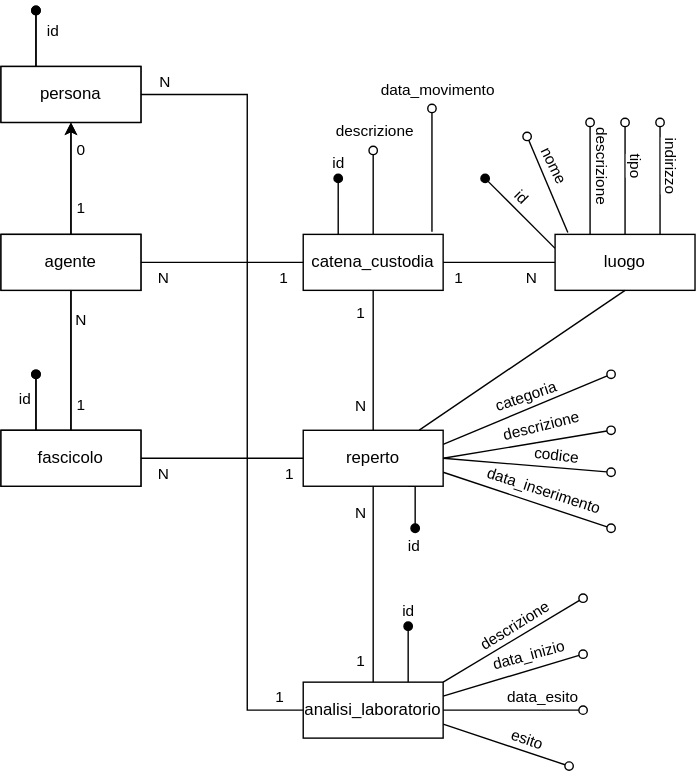
Before: Diagramma ER Progetto Basi di dati-sottografo3.svg, a diagram exported from draw.io (ADCByDefault/Progetto_PROVE_FORENSE). Source tidied: cells renumbered, new cells last; positions are measured from the earlier drawing's top-left corner, leaving out a move shared by most shapes. The source it was exported from:
```xml
<mxGraphModel>
  <root>
    <mxCell id="0" />
    <mxCell id="1" parent="0" />
    <mxCell id="2" style="edgeStyle=orthogonalEdgeStyle;rounded=0;jettySize=auto;html=1;exitX=0.25;exitY=0;exitDx=0;exitDy=0;endArrow=oval;endFill=1;" parent="1" edge="1" source="4">
      <mxGeometry relative="1" as="geometry">
        <mxPoint x="25" as="targetPoint" />
      </mxGeometry>
    </mxCell>
    <mxCell id="3" value="id" style="edgeLabel;html=1;align=center;verticalAlign=middle;" parent="2" vertex="1">
      <mxGeometry x="0.33" y="-2" relative="1" as="geometry">
        <mxPoint x="9" as="offset" />
      </mxGeometry>
    </mxCell>
    <mxCell id="4" value="persona" style="whiteSpace=wrap;html=1;align=center;" parent="1" vertex="1">
      <mxGeometry y="40" width="100" height="40" as="geometry" />
    </mxCell>
    <mxCell id="5" style="edgeStyle=orthogonalEdgeStyle;rounded=0;jettySize=auto;html=1;entryX=0.5;entryY=1;entryDx=0;entryDy=0;" parent="1" edge="1" source="8" target="4">
      <mxGeometry relative="1" as="geometry" />
    </mxCell>
    <mxCell id="6" value="1" style="edgeLabel;html=1;align=center;verticalAlign=middle;" parent="5" vertex="1">
      <mxGeometry x="-0.61" relative="1" as="geometry">
        <mxPoint x="6" y="-4" as="offset" />
      </mxGeometry>
    </mxCell>
    <mxCell id="7" value="0" style="edgeLabel;html=1;align=center;verticalAlign=middle;" parent="5" vertex="1">
      <mxGeometry x="0.53" relative="1" as="geometry">
        <mxPoint x="6" as="offset" />
      </mxGeometry>
    </mxCell>
    <mxCell id="8" value="agente" style="whiteSpace=wrap;html=1;align=center;" parent="1" vertex="1">
      <mxGeometry y="160" width="100" height="40" as="geometry" />
    </mxCell>
    <mxCell id="9" style="edgeStyle=orthogonalEdgeStyle;rounded=0;jettySize=auto;html=1;exitX=0.25;exitY=0;exitDx=0;exitDy=0;endArrow=oval;endFill=1;" parent="1" edge="1" source="11">
      <mxGeometry relative="1" as="geometry">
        <mxPoint x="25" y="260" as="targetPoint" />
      </mxGeometry>
    </mxCell>
    <mxCell id="10" value="id" style="edgeLabel;html=1;align=center;verticalAlign=middle;" parent="9" vertex="1">
      <mxGeometry x="0.18" y="3" relative="1" as="geometry">
        <mxPoint x="-6" as="offset" />
      </mxGeometry>
    </mxCell>
    <mxCell id="11" value="fascicolo" style="whiteSpace=wrap;html=1;align=center;" parent="1" vertex="1">
      <mxGeometry y="300" width="100" height="40" as="geometry" />
    </mxCell>
    <mxCell id="12" style="endArrow=none;html=1;rounded=0;entryX=0.5;entryY=0;entryDx=0;entryDy=0;exitX=0.5;exitY=1;exitDx=0;exitDy=0;" parent="1" edge="1" source="8" target="11">
      <mxGeometry relative="1" as="geometry" />
    </mxCell>
    <mxCell id="13" value="1" style="edgeLabel;html=1;align=center;verticalAlign=middle;" parent="12" vertex="1">
      <mxGeometry x="0.75" relative="1" as="geometry">
        <mxPoint x="6" y="-7" as="offset" />
      </mxGeometry>
    </mxCell>
    <mxCell id="14" value="N" style="edgeLabel;html=1;align=center;verticalAlign=middle;" parent="12" vertex="1">
      <mxGeometry x="-0.76" y="-1" relative="1" as="geometry">
        <mxPoint x="7" y="8" as="offset" />
      </mxGeometry>
    </mxCell>
    <mxCell id="15" style="edgeStyle=orthogonalEdgeStyle;rounded=0;jettySize=auto;html=1;exitX=0.25;exitY=0;exitDx=0;exitDy=0;endArrow=oval;endFill=1;" parent="1" edge="1" source="17">
      <mxGeometry relative="1" as="geometry">
        <mxPoint x="25" as="targetPoint" />
      </mxGeometry>
    </mxCell>
    <mxCell id="16" value="id" style="edgeLabel;html=1;align=center;verticalAlign=middle;" parent="15" vertex="1">
      <mxGeometry x="0.33" y="-2" relative="1" as="geometry">
        <mxPoint x="9" as="offset" />
      </mxGeometry>
    </mxCell>
    <mxCell id="17" value="persona" style="whiteSpace=wrap;html=1;align=center;" parent="1" vertex="1">
      <mxGeometry y="40" width="100" height="40" as="geometry" />
    </mxCell>
    <mxCell id="18" style="edgeStyle=orthogonalEdgeStyle;rounded=0;jettySize=auto;html=1;entryX=0.5;entryY=1;entryDx=0;entryDy=0;" parent="1" edge="1" source="21" target="17">
      <mxGeometry relative="1" as="geometry" />
    </mxCell>
    <mxCell id="19" value="1" style="edgeLabel;html=1;align=center;verticalAlign=middle;" parent="18" vertex="1">
      <mxGeometry x="-0.61" relative="1" as="geometry">
        <mxPoint x="6" y="-4" as="offset" />
      </mxGeometry>
    </mxCell>
    <mxCell id="20" value="0" style="edgeLabel;html=1;align=center;verticalAlign=middle;" parent="18" vertex="1">
      <mxGeometry x="0.53" relative="1" as="geometry">
        <mxPoint x="6" as="offset" />
      </mxGeometry>
    </mxCell>
    <mxCell id="21" value="agente" style="whiteSpace=wrap;html=1;align=center;" parent="1" vertex="1">
      <mxGeometry y="160" width="100" height="40" as="geometry" />
    </mxCell>
    <mxCell id="22" style="edgeStyle=orthogonalEdgeStyle;rounded=0;jettySize=auto;html=1;exitX=0.25;exitY=0;exitDx=0;exitDy=0;endArrow=oval;endFill=1;" parent="1" edge="1" source="24">
      <mxGeometry relative="1" as="geometry">
        <mxPoint x="25" y="260" as="targetPoint" />
      </mxGeometry>
    </mxCell>
    <mxCell id="23" value="id" style="edgeLabel;html=1;align=center;verticalAlign=middle;" parent="22" vertex="1">
      <mxGeometry x="0.18" y="3" relative="1" as="geometry">
        <mxPoint x="-6" as="offset" />
      </mxGeometry>
    </mxCell>
    <mxCell id="24" value="fascicolo" style="whiteSpace=wrap;html=1;align=center;" parent="1" vertex="1">
      <mxGeometry y="300" width="100" height="40" as="geometry" />
    </mxCell>
    <mxCell id="25" style="endArrow=none;html=1;rounded=0;entryX=0.5;entryY=0;entryDx=0;entryDy=0;exitX=0.5;exitY=1;exitDx=0;exitDy=0;" parent="1" edge="1" source="21" target="24">
      <mxGeometry relative="1" as="geometry" />
    </mxCell>
    <mxCell id="26" value="1" style="edgeLabel;html=1;align=center;verticalAlign=middle;" parent="25" vertex="1">
      <mxGeometry x="0.75" relative="1" as="geometry">
        <mxPoint x="6" y="-7" as="offset" />
      </mxGeometry>
    </mxCell>
    <mxCell id="27" value="N" style="edgeLabel;html=1;align=center;verticalAlign=middle;" parent="25" vertex="1">
      <mxGeometry x="-0.76" y="-1" relative="1" as="geometry">
        <mxPoint x="7" y="8" as="offset" />
      </mxGeometry>
    </mxCell>
    <mxCell id="28" style="rounded=0;jettySize=auto;html=1;exitX=1;exitY=0.25;exitDx=0;exitDy=0;endArrow=oval;endFill=0;" parent="1" edge="1" source="38">
      <mxGeometry relative="1" as="geometry">
        <mxPoint x="436" y="260" as="targetPoint" />
      </mxGeometry>
    </mxCell>
    <mxCell id="29" value="categoria" style="edgeLabel;html=1;align=center;verticalAlign=middle;rotation=341;" parent="28" vertex="1">
      <mxGeometry x="-0.22" y="2" relative="1" as="geometry">
        <mxPoint x="12" y="-13" as="offset" />
      </mxGeometry>
    </mxCell>
    <mxCell id="30" style="rounded=0;jettySize=auto;html=1;exitX=1;exitY=0.5;exitDx=0;exitDy=0;endArrow=oval;endFill=0;" parent="1" edge="1" source="38">
      <mxGeometry relative="1" as="geometry">
        <mxPoint x="436" y="300" as="targetPoint" />
      </mxGeometry>
    </mxCell>
    <mxCell id="31" value="descrizione" style="edgeLabel;html=1;align=center;verticalAlign=middle;rotation=-14;" parent="30" vertex="1">
      <mxGeometry x="-0.09" y="4" relative="1" as="geometry">
        <mxPoint x="15" y="-10" as="offset" />
      </mxGeometry>
    </mxCell>
    <mxCell id="32" style="rounded=0;jettySize=auto;html=1;exitX=1;exitY=0.75;exitDx=0;exitDy=0;endArrow=oval;endFill=0;" parent="1" edge="1" source="38">
      <mxGeometry relative="1" as="geometry">
        <mxPoint x="436" y="370" as="targetPoint" />
      </mxGeometry>
    </mxCell>
    <mxCell id="33" value="data_inserimento" style="edgeLabel;html=1;align=center;verticalAlign=middle;rotation=18;" parent="32" vertex="1">
      <mxGeometry x="-0.01" y="5" relative="1" as="geometry">
        <mxPoint x="10" y="-3" as="offset" />
      </mxGeometry>
    </mxCell>
    <mxCell id="34" style="edgeStyle=orthogonalEdgeStyle;rounded=0;jettySize=auto;html=1;exitX=0.75;exitY=1;exitDx=0;exitDy=0;endArrow=oval;endFill=1;" parent="1" edge="1" source="38">
      <mxGeometry relative="1" as="geometry">
        <mxPoint x="296" y="370" as="targetPoint" />
      </mxGeometry>
    </mxCell>
    <mxCell id="35" value="id" style="edgeLabel;html=1;align=center;verticalAlign=middle;" parent="34" vertex="1">
      <mxGeometry x="0.67" y="-2" relative="1" as="geometry">
        <mxPoint y="18" as="offset" />
      </mxGeometry>
    </mxCell>
    <mxCell id="36" style="rounded=0;jettySize=auto;html=1;exitX=1;exitY=0.5;exitDx=0;exitDy=0;endArrow=oval;endFill=0;" parent="1" edge="1" source="38">
      <mxGeometry relative="1" as="geometry">
        <mxPoint x="436" y="330" as="targetPoint" />
      </mxGeometry>
    </mxCell>
    <mxCell id="37" value="codice" style="edgeLabel;html=1;align=center;verticalAlign=middle;rotation=7;" parent="36" vertex="1">
      <mxGeometry x="0.06" y="2" relative="1" as="geometry">
        <mxPoint x="17" y="-6" as="offset" />
      </mxGeometry>
    </mxCell>
    <mxCell id="38" value="reperto" style="whiteSpace=wrap;html=1;align=center;" parent="1" vertex="1">
      <mxGeometry x="216" y="300" width="100" height="40" as="geometry" />
    </mxCell>
    <mxCell id="39" style="endArrow=none;html=1;rounded=0;entryX=0;entryY=0.5;entryDx=0;entryDy=0;exitX=1;exitY=0.5;exitDx=0;exitDy=0;" parent="1" edge="1" source="24" target="38">
      <mxGeometry relative="1" as="geometry" />
    </mxCell>
    <mxCell id="40" value="N" style="edgeLabel;html=1;align=center;verticalAlign=middle;" parent="39" vertex="1">
      <mxGeometry x="-0.73" y="-1" relative="1" as="geometry">
        <mxPoint y="9" as="offset" />
      </mxGeometry>
    </mxCell>
    <mxCell id="41" value="1" style="edgeLabel;html=1;align=center;verticalAlign=middle;" parent="39" vertex="1">
      <mxGeometry x="0.82" y="1" relative="1" as="geometry">
        <mxPoint y="11" as="offset" />
      </mxGeometry>
    </mxCell>
    <mxCell id="42" style="rounded=0;jettySize=auto;html=1;endArrow=oval;endFill=0;exitX=0.091;exitY=-0.032;exitDx=0;exitDy=0;exitPerimeter=0;" parent="1" edge="1" source="52">
      <mxGeometry relative="1" as="geometry">
        <mxPoint x="376" y="90" as="targetPoint" />
      </mxGeometry>
    </mxCell>
    <mxCell id="43" value="nome" style="edgeLabel;html=1;align=center;verticalAlign=middle;rotation=64;" parent="42" vertex="1">
      <mxGeometry x="0.66" y="-3" relative="1" as="geometry">
        <mxPoint x="12" y="10" as="offset" />
      </mxGeometry>
    </mxCell>
    <mxCell id="44" style="rounded=0;jettySize=auto;html=1;exitX=0.25;exitY=0;exitDx=0;exitDy=0;endArrow=oval;endFill=0;" parent="1" edge="1" source="52">
      <mxGeometry relative="1" as="geometry">
        <mxPoint x="421" y="80" as="targetPoint" />
      </mxGeometry>
    </mxCell>
    <mxCell id="45" value="descrizione" style="edgeLabel;html=1;align=center;verticalAlign=middle;rotation=90;" parent="44" vertex="1">
      <mxGeometry x="0.37" relative="1" as="geometry">
        <mxPoint x="10" y="5" as="offset" />
      </mxGeometry>
    </mxCell>
    <mxCell id="46" style="rounded=0;jettySize=auto;html=1;exitX=0.5;exitY=0;exitDx=0;exitDy=0;endArrow=oval;endFill=0;" parent="1" edge="1" source="52">
      <mxGeometry relative="1" as="geometry">
        <mxPoint x="446" y="80" as="targetPoint" />
      </mxGeometry>
    </mxCell>
    <mxCell id="47" value="tipo" style="edgeLabel;html=1;align=center;verticalAlign=middle;rotation=90;" parent="46" vertex="1">
      <mxGeometry x="0.32" y="1" relative="1" as="geometry">
        <mxPoint x="10" y="3" as="offset" />
      </mxGeometry>
    </mxCell>
    <mxCell id="48" style="rounded=0;jettySize=auto;html=1;exitX=0.75;exitY=0;exitDx=0;exitDy=0;endArrow=oval;endFill=0;" parent="1" edge="1" source="52">
      <mxGeometry relative="1" as="geometry">
        <mxPoint x="471" y="80" as="targetPoint" />
      </mxGeometry>
    </mxCell>
    <mxCell id="49" value="indirizzo" style="edgeLabel;html=1;align=center;verticalAlign=middle;rotation=90;" parent="48" vertex="1">
      <mxGeometry x="0.4" y="-1" relative="1" as="geometry">
        <mxPoint x="8" y="6" as="offset" />
      </mxGeometry>
    </mxCell>
    <mxCell id="50" style="rounded=0;jettySize=auto;html=1;exitX=0;exitY=0.25;exitDx=0;exitDy=0;endArrow=oval;endFill=1;" parent="1" edge="1" source="52">
      <mxGeometry relative="1" as="geometry">
        <mxPoint x="346" y="120" as="targetPoint" />
      </mxGeometry>
    </mxCell>
    <mxCell id="51" value="id" style="edgeLabel;html=1;align=center;verticalAlign=middle;rotation=45;" parent="50" vertex="1">
      <mxGeometry x="0.48" y="-1" relative="1" as="geometry">
        <mxPoint x="12" as="offset" />
      </mxGeometry>
    </mxCell>
    <mxCell id="52" value="luogo" style="whiteSpace=wrap;html=1;align=center;" parent="1" vertex="1">
      <mxGeometry x="396" y="160" width="100" height="40" as="geometry" />
    </mxCell>
    <mxCell id="53" style="edgeStyle=orthogonalEdgeStyle;rounded=0;jettySize=auto;html=1;exitX=0.25;exitY=0;exitDx=0;exitDy=0;endArrow=oval;endFill=1;" parent="1" edge="1" source="59">
      <mxGeometry relative="1" as="geometry">
        <mxPoint x="241" y="120" as="targetPoint" />
      </mxGeometry>
    </mxCell>
    <mxCell id="54" value="id" style="edgeLabel;html=1;align=center;verticalAlign=middle;" parent="53" vertex="1">
      <mxGeometry x="0.61" y="3" relative="1" as="geometry">
        <mxPoint x="2" y="-20" as="offset" />
      </mxGeometry>
    </mxCell>
    <mxCell id="55" style="edgeStyle=orthogonalEdgeStyle;rounded=0;jettySize=auto;html=1;exitX=0.5;exitY=0;exitDx=0;exitDy=0;endArrow=oval;endFill=0;" parent="1" edge="1" source="59">
      <mxGeometry relative="1" as="geometry">
        <mxPoint x="266" y="100" as="targetPoint" />
      </mxGeometry>
    </mxCell>
    <mxCell id="56" value="descrizione" style="edgeLabel;html=1;align=center;verticalAlign=middle;" parent="55" vertex="1">
      <mxGeometry x="0.52" y="1" relative="1" as="geometry">
        <mxPoint x="1" y="-29" as="offset" />
      </mxGeometry>
    </mxCell>
    <mxCell id="57" style="rounded=0;jettySize=auto;html=1;exitX=0.92;exitY=-0.046;exitDx=0;exitDy=0;exitPerimeter=0;endArrow=oval;endFill=0;" parent="1" edge="1" source="59">
      <mxGeometry relative="1" as="geometry">
        <mxPoint x="308" y="70" as="targetPoint" />
      </mxGeometry>
    </mxCell>
    <mxCell id="58" value="data_movimento" style="edgeLabel;html=1;align=center;verticalAlign=middle;" parent="57" vertex="1">
      <mxGeometry x="0.7" y="-3" relative="1" as="geometry">
        <mxPoint y="-27" as="offset" />
      </mxGeometry>
    </mxCell>
    <mxCell id="59" value="catena_custodia" style="whiteSpace=wrap;html=1;align=center;" parent="1" vertex="1">
      <mxGeometry x="216" y="160" width="100" height="40" as="geometry" />
    </mxCell>
    <mxCell id="60" style="endArrow=none;html=1;rounded=0;exitX=0;exitY=0.5;exitDx=0;exitDy=0;entryX=1;entryY=0.5;entryDx=0;entryDy=0;" parent="1" edge="1" source="52" target="59">
      <mxGeometry relative="1" as="geometry" />
    </mxCell>
    <mxCell id="61" value="1" style="edgeLabel;html=1;align=center;verticalAlign=middle;" parent="60" vertex="1">
      <mxGeometry x="0.53" relative="1" as="geometry">
        <mxPoint x="-9" y="10" as="offset" />
      </mxGeometry>
    </mxCell>
    <mxCell id="62" value="N" style="edgeLabel;html=1;align=center;verticalAlign=middle;" parent="60" vertex="1">
      <mxGeometry x="-0.56" y="1" relative="1" as="geometry">
        <mxPoint y="9" as="offset" />
      </mxGeometry>
    </mxCell>
    <mxCell id="63" style="endArrow=none;html=1;rounded=0;entryX=0.829;entryY=-0.004;entryDx=0;entryDy=0;exitX=0.5;exitY=1;exitDx=0;exitDy=0;entryPerimeter=0;" parent="1" edge="1" source="52" target="38">
      <mxGeometry relative="1" as="geometry" />
    </mxCell>
    <mxCell id="64" style="endArrow=none;html=1;rounded=0;entryX=0.5;entryY=0;entryDx=0;entryDy=0;exitX=0.5;exitY=1;exitDx=0;exitDy=0;" parent="1" edge="1" source="59" target="38">
      <mxGeometry relative="1" as="geometry" />
    </mxCell>
    <mxCell id="65" value="1" style="edgeLabel;html=1;align=center;verticalAlign=middle;" parent="64" vertex="1">
      <mxGeometry x="-0.71" relative="1" as="geometry">
        <mxPoint x="-10" as="offset" />
      </mxGeometry>
    </mxCell>
    <mxCell id="66" value="N" style="edgeLabel;html=1;align=center;verticalAlign=middle;" parent="64" vertex="1">
      <mxGeometry x="0.65" y="-2" relative="1" as="geometry">
        <mxPoint x="-8" as="offset" />
      </mxGeometry>
    </mxCell>
    <mxCell id="67" style="endArrow=none;html=1;rounded=0;entryX=0;entryY=0.5;entryDx=0;entryDy=0;exitX=1;exitY=0.5;exitDx=0;exitDy=0;" parent="1" edge="1" source="21" target="59">
      <mxGeometry relative="1" as="geometry" />
    </mxCell>
    <mxCell id="68" value="N" style="edgeLabel;html=1;align=center;verticalAlign=middle;" parent="67" vertex="1">
      <mxGeometry x="-0.73" y="-3" relative="1" as="geometry">
        <mxPoint y="7" as="offset" />
      </mxGeometry>
    </mxCell>
    <mxCell id="69" value="1" style="edgeLabel;html=1;align=center;verticalAlign=middle;" parent="67" vertex="1">
      <mxGeometry x="0.74" y="-1" relative="1" as="geometry">
        <mxPoint y="9" as="offset" />
      </mxGeometry>
    </mxCell>
    <mxCell id="70" style="edgeStyle=orthogonalEdgeStyle;rounded=0;jettySize=auto;html=1;exitX=0.75;exitY=0;exitDx=0;exitDy=0;endArrow=oval;endFill=1;" parent="1" edge="1" source="80">
      <mxGeometry relative="1" as="geometry">
        <mxPoint x="291" y="440" as="targetPoint" />
      </mxGeometry>
    </mxCell>
    <mxCell id="71" value="id" style="edgeLabel;html=1;align=center;verticalAlign=middle;" parent="70" vertex="1">
      <mxGeometry x="0.52" y="-3" relative="1" as="geometry">
        <mxPoint x="-4" y="-22" as="offset" />
      </mxGeometry>
    </mxCell>
    <mxCell id="72" style="rounded=0;jettySize=auto;html=1;exitX=1;exitY=0;exitDx=0;exitDy=0;endArrow=oval;endFill=0;" parent="1" edge="1" source="80">
      <mxGeometry relative="1" as="geometry">
        <mxPoint x="416" y="420" as="targetPoint" />
      </mxGeometry>
    </mxCell>
    <mxCell id="73" value="descrizione" style="edgeLabel;html=1;align=center;verticalAlign=middle;rotation=328;" parent="72" vertex="1">
      <mxGeometry x="-0.2" y="6" relative="1" as="geometry">
        <mxPoint x="13" y="-11" as="offset" />
      </mxGeometry>
    </mxCell>
    <mxCell id="74" style="rounded=0;jettySize=auto;html=1;exitX=1;exitY=0.25;exitDx=0;exitDy=0;endArrow=oval;endFill=0;" parent="1" edge="1" source="80">
      <mxGeometry relative="1" as="geometry">
        <mxPoint x="416" y="460" as="targetPoint" />
      </mxGeometry>
    </mxCell>
    <mxCell id="75" value="data_inizio" style="edgeLabel;html=1;align=center;verticalAlign=middle;rotation=-15;" parent="74" vertex="1">
      <mxGeometry x="-0.08" relative="1" as="geometry">
        <mxPoint x="14" y="-16" as="offset" />
      </mxGeometry>
    </mxCell>
    <mxCell id="76" style="edgeStyle=orthogonalEdgeStyle;rounded=0;jettySize=auto;html=1;exitX=1;exitY=0.5;exitDx=0;exitDy=0;endArrow=oval;endFill=0;" parent="1" edge="1" source="80">
      <mxGeometry relative="1" as="geometry">
        <mxPoint x="416" y="500" as="targetPoint" />
        <Array as="points">
          <mxPoint x="386" y="500" />
          <mxPoint x="386" y="500" />
        </Array>
      </mxGeometry>
    </mxCell>
    <mxCell id="77" value="data_esito" style="edgeLabel;html=1;align=center;verticalAlign=middle;" parent="76" vertex="1">
      <mxGeometry x="-0.1" y="1" relative="1" as="geometry">
        <mxPoint x="25" y="-9" as="offset" />
      </mxGeometry>
    </mxCell>
    <mxCell id="78" style="rounded=0;jettySize=auto;html=1;exitX=1;exitY=0.75;exitDx=0;exitDy=0;endArrow=oval;endFill=0;" parent="1" edge="1" source="80">
      <mxGeometry relative="1" as="geometry">
        <mxPoint x="406" y="540" as="targetPoint" />
      </mxGeometry>
    </mxCell>
    <mxCell id="79" value="esito" style="edgeLabel;html=1;align=center;verticalAlign=middle;rotation=19;" parent="78" vertex="1">
      <mxGeometry x="-0.17" y="2" relative="1" as="geometry">
        <mxPoint x="22" as="offset" />
      </mxGeometry>
    </mxCell>
    <mxCell id="80" value="analisi_laboratorio" style="whiteSpace=wrap;html=1;align=center;" parent="1" vertex="1">
      <mxGeometry x="216" y="480" width="100" height="40" as="geometry" />
    </mxCell>
    <mxCell id="81" style="endArrow=none;html=1;rounded=0;entryX=0.5;entryY=1;entryDx=0;entryDy=0;exitX=0.5;exitY=0;exitDx=0;exitDy=0;" parent="1" edge="1" source="80" target="38">
      <mxGeometry relative="1" as="geometry" />
    </mxCell>
    <mxCell id="82" value="N" style="edgeLabel;html=1;align=center;verticalAlign=middle;" parent="81" vertex="1">
      <mxGeometry x="0.74" y="1" relative="1" as="geometry">
        <mxPoint x="-9" as="offset" />
      </mxGeometry>
    </mxCell>
    <mxCell id="83" value="1" style="edgeLabel;html=1;align=center;verticalAlign=middle;" parent="81" vertex="1">
      <mxGeometry x="-0.78" relative="1" as="geometry">
        <mxPoint x="-10" as="offset" />
      </mxGeometry>
    </mxCell>
    <mxCell id="84" style="endArrow=none;html=1;rounded=0;entryX=0;entryY=0.5;entryDx=0;entryDy=0;exitX=1;exitY=0.5;exitDx=0;exitDy=0;" parent="1" edge="1" source="17" target="80">
      <mxGeometry relative="1" as="geometry">
        <Array as="points">
          <mxPoint x="176" y="60" />
          <mxPoint x="176" y="500" />
        </Array>
      </mxGeometry>
    </mxCell>
    <mxCell id="85" value="1" style="edgeLabel;html=1;align=center;verticalAlign=middle;" parent="84" vertex="1">
      <mxGeometry x="0.94" y="2" relative="1" as="geometry">
        <mxPoint y="-8" as="offset" />
      </mxGeometry>
    </mxCell>
    <mxCell id="86" value="N" style="edgeLabel;html=1;align=center;verticalAlign=middle;" parent="84" vertex="1">
      <mxGeometry x="-0.96" relative="1" as="geometry">
        <mxPoint x="5" y="-10" as="offset" />
      </mxGeometry>
    </mxCell>
  </root>
</mxGraphModel>
```
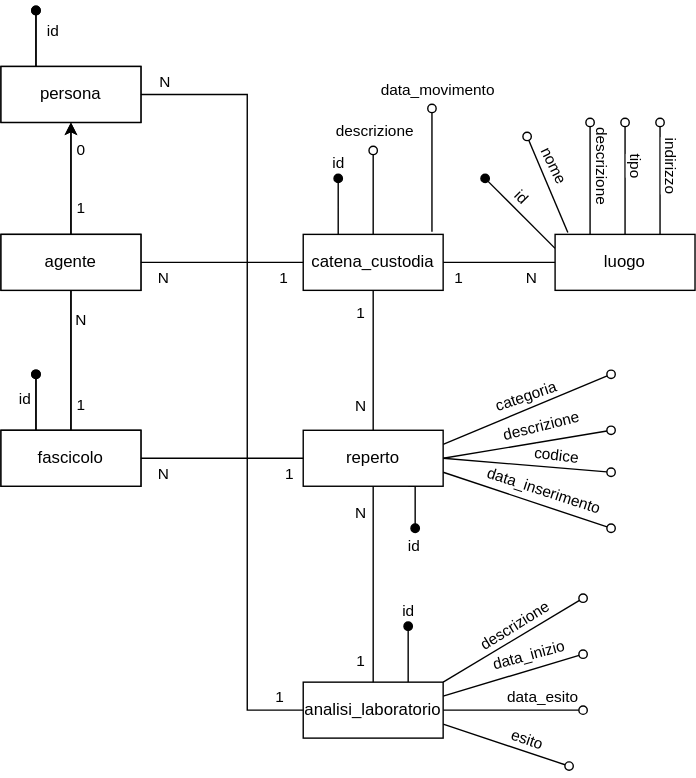
Later version of the same file.

Commit message:
implementate view e completata la scrittura della relazione, aggiustati i diagrammi

What changed in the source:
```diff
@@ -277,9 +277,6 @@
         <mxPoint y="9" as="offset" />
       </mxGeometry>
     </mxCell>
-    <mxCell id="63" style="endArrow=none;html=1;rounded=0;entryX=0.829;entryY=-0.004;entryDx=0;entryDy=0;exitX=0.5;exitY=1;exitDx=0;exitDy=0;entryPerimeter=0;" parent="1" edge="1" source="52" target="38">
-      <mxGeometry relative="1" as="geometry" />
-    </mxCell>
     <mxCell id="64" style="endArrow=none;html=1;rounded=0;entryX=0.5;entryY=0;entryDx=0;entryDy=0;exitX=0.5;exitY=1;exitDx=0;exitDy=0;" parent="1" edge="1" source="59" target="38">
       <mxGeometry relative="1" as="geometry" />
     </mxCell>
```
